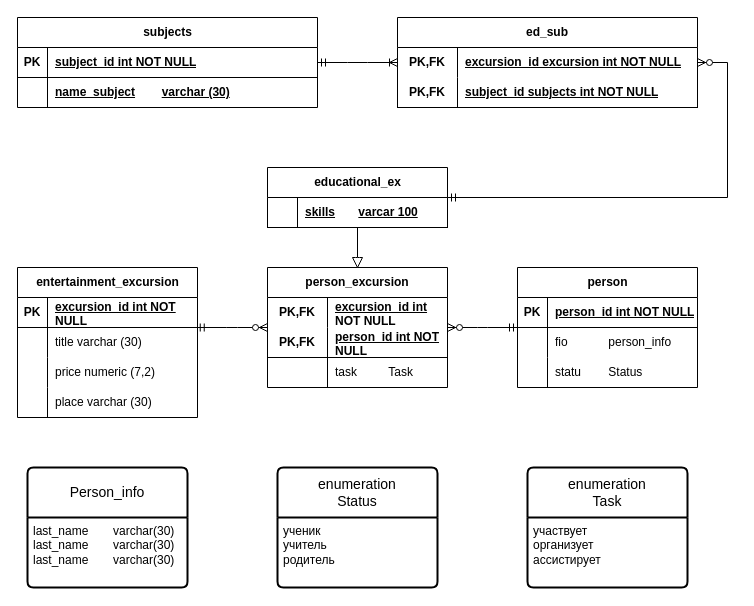
Earlier version of the draw.io diagram 6SEM/BD/LAB4/Диаграмма без названия.drawio (dYGamma/VuzUC). Source tidied: cells renumbered, new cells numbered last; positions are measured from the earlier drawing's top-left corner, leaving out a move shared by most shapes. Both pictures are drawn from the tidied source at 100%, with x=0, y=0 at pixel (17, 17).
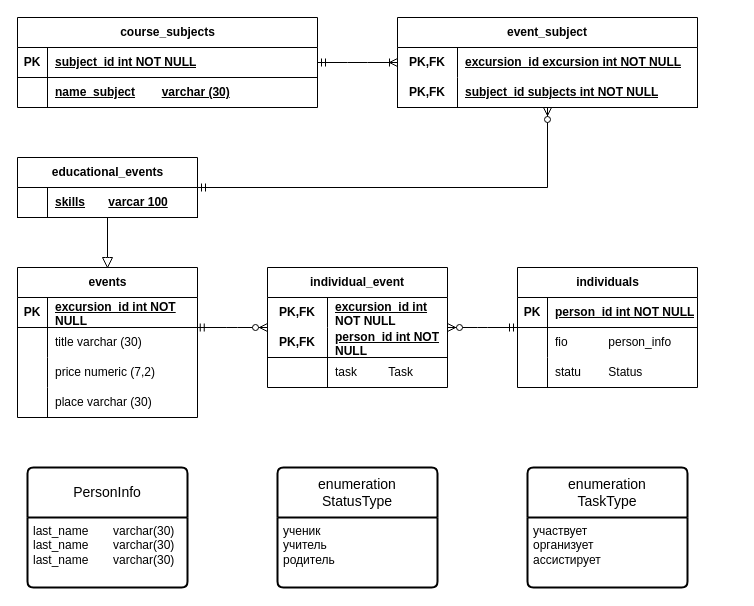
Above is the later version.

The change refers to these unchanged cells:
```xml
<mxCell id="23" style="shape=tableRow;horizontal=0;startSize=0;swimlaneHead=0;swimlaneBody=0;fillColor=none;points=[[0,0.5],[1,0.5]];portConstraint=eastwest;top=0;left=0;right=0;bottom=1;html=1;" parent="19" vertex="1">
  <mxGeometry y="60" width="300" height="30" as="geometry" />
</mxCell>
```

What changed in the source:
```diff
@@
-    <mxCell id="2" value="educational_ex" style="shape=table;startSize=30;childLayout=tableLayout;rowLines=0;fontStyle=1;align=center;html=1;" parent="1" vertex="1">
-      <mxGeometry x="250" y="150" width="180" height="60" as="geometry" />
+    <mxCell id="2" value="educational_events" style="shape=table;startSize=30;childLayout=tableLayout;rowLines=0;fontStyle=1;align=center;html=1;" parent="1" vertex="1">
+      <mxGeometry y="140" width="180" height="60" as="geometry" />
     </mxCell>
@@
-    <mxCell id="6" value="entertainment_excursion" style="shape=table;startSize=30;childLayout=tableLayout;rowLines=0;fontStyle=1;align=center;html=1;" parent="1" vertex="1">
+    <mxCell id="6" value="events" style="shape=table;startSize=30;childLayout=tableLayout;rowLines=0;fontStyle=1;align=center;html=1;" parent="1" vertex="1">
       <mxGeometry y="250" width="180" height="150" as="geometry" />
     </mxCell>
@@
-    <mxCell id="19" value="ed_sub" style="shape=table;startSize=30;childLayout=tableLayout;rowLines=0;fontStyle=1;align=center;html=1;whiteSpace=wrap;" parent="1" vertex="1">
+    <mxCell id="19" value="event_subject" style="shape=table;startSize=30;childLayout=tableLayout;rowLines=0;fontStyle=1;align=center;html=1;whiteSpace=wrap;" parent="1" vertex="1">
       <mxGeometry x="380" width="300" height="90" as="geometry" />
     </mxCell>
@@
-    <mxCell id="26" value="&lt;span style=&quot;text-wrap: wrap;&quot;&gt;subjects&lt;/span&gt;" style="shape=table;startSize=30;childLayout=tableLayout;rowLines=0;fontStyle=1;align=center;html=1;" parent="1" vertex="1">
+    <mxCell id="26" value="course_subjects" style="shape=table;startSize=30;childLayout=tableLayout;rowLines=0;fontStyle=1;align=center;html=1;" parent="1" vertex="1">
       <mxGeometry width="300" height="90" as="geometry" />
     </mxCell>
@@
-    <mxCell id="33" value="person_excursion" style="shape=table;startSize=30;childLayout=tableLayout;rowLines=0;fontStyle=1;align=center;html=1;whiteSpace=wrap;" parent="1" vertex="1">
+    <mxCell id="33" value="individual_event" style="shape=table;startSize=30;childLayout=tableLayout;rowLines=0;fontStyle=1;align=center;html=1;whiteSpace=wrap;" parent="1" vertex="1">
       <mxGeometry x="250" y="250" width="180" height="120" as="geometry" />
     </mxCell>
@@
-    <mxCell id="43" value="person" style="shape=table;startSize=30;childLayout=tableLayout;rowLines=0;fontStyle=1;align=center;html=1;" parent="1" vertex="1">
+    <mxCell id="43" value="individuals" style="shape=table;startSize=30;childLayout=tableLayout;rowLines=0;fontStyle=1;align=center;html=1;" parent="1" vertex="1">
       <mxGeometry x="500" y="250" width="180" height="120" as="geometry" />
     </mxCell>
@@
-    <mxCell id="56" style="endArrow=none;html=1;rounded=0;" parent="1" edge="1" source="33" target="57">
-      <mxGeometry relative="1" as="geometry" />
-    </mxCell>
-    <mxCell id="57" style="html=1;shadow=0;dashed=0;align=center;verticalAlign=middle;shape=mxgraph.arrows2.arrow;dy=0.6;dx=40;notch=0;rotation=90;" parent="1" vertex="1">
-      <mxGeometry x="335" y="240" width="10" height="10" as="geometry" />
-    </mxCell>
-    <mxCell id="58" style="edgeStyle=entityRelationEdgeStyle;fontSize=12;html=1;endArrow=ERzeroToMany;startArrow=ERmandOne;rounded=0;" parent="1" edge="1" source="2" target="19">
-      <mxGeometry relative="1" as="geometry" />
-    </mxCell>
@@
-    <mxCell id="60" value="Person_info" style="swimlane;horizontal=1;startSize=50;rounded=1;fontSize=14;fontStyle=0;strokeWidth=2;shadow=0;dashed=0;align=center;arcSize=4;whiteSpace=wrap;html=1;" parent="1" vertex="1">
+    <mxCell id="60" value="PersonInfo" style="swimlane;horizontal=1;startSize=50;rounded=1;fontSize=14;fontStyle=0;strokeWidth=2;shadow=0;dashed=0;align=center;arcSize=4;whiteSpace=wrap;html=1;" parent="1" vertex="1">
       <mxGeometry x="10" y="450" width="160" height="120" as="geometry" />
     </mxCell>
@@
-    <mxCell id="62" value="enumeration&lt;div&gt;Status&lt;/div&gt;" style="swimlane;horizontal=1;startSize=50;rounded=1;fontSize=14;fontStyle=0;strokeWidth=2;shadow=0;dashed=0;align=center;arcSize=4;whiteSpace=wrap;html=1;" parent="1" vertex="1">
+    <mxCell id="62" value="enumeration&lt;div&gt;StatusType&lt;/div&gt;" style="swimlane;horizontal=1;startSize=50;rounded=1;fontSize=14;fontStyle=0;strokeWidth=2;shadow=0;dashed=0;align=center;arcSize=4;whiteSpace=wrap;html=1;" parent="1" vertex="1">
       <mxGeometry x="260" y="450" width="160" height="120" as="geometry" />
     </mxCell>
@@
-    <mxCell id="64" value="enumeration&lt;div&gt;Task&lt;/div&gt;" style="swimlane;horizontal=1;startSize=50;rounded=1;fontSize=14;fontStyle=0;strokeWidth=2;shadow=0;dashed=0;align=center;arcSize=4;whiteSpace=wrap;html=1;" parent="1" vertex="1">
+    <mxCell id="64" value="enumeration&lt;div&gt;TaskType&lt;/div&gt;" style="swimlane;horizontal=1;startSize=50;rounded=1;fontSize=14;fontStyle=0;strokeWidth=2;shadow=0;dashed=0;align=center;arcSize=4;whiteSpace=wrap;html=1;" parent="1" vertex="1">
       <mxGeometry x="510" y="450" width="160" height="120" as="geometry" />
     </mxCell>
@@
+    <mxCell id="66" style="endArrow=none;html=1;rounded=0;" parent="1" edge="1" source="6" target="57">
+      <mxGeometry relative="1" as="geometry" />
+    </mxCell>
+    <mxCell id="57" style="html=1;shadow=0;dashed=0;align=center;verticalAlign=middle;shape=mxgraph.arrows2.arrow;dy=0.6;dx=40;notch=0;rotation=90;" parent="1" vertex="1">
+      <mxGeometry x="85" y="240" width="10" height="10" as="geometry" />
+    </mxCell>
+    <mxCell id="67" style="fontSize=12;html=1;endArrow=ERzeroToMany;startArrow=ERmandOne;rounded=0;" parent="1" edge="1" source="2" target="23">
+      <mxGeometry relative="1" as="geometry">
+        <Array as="points">
+          <mxPoint x="530" y="170" />
+        </Array>
+      </mxGeometry>
+    </mxCell>
```
